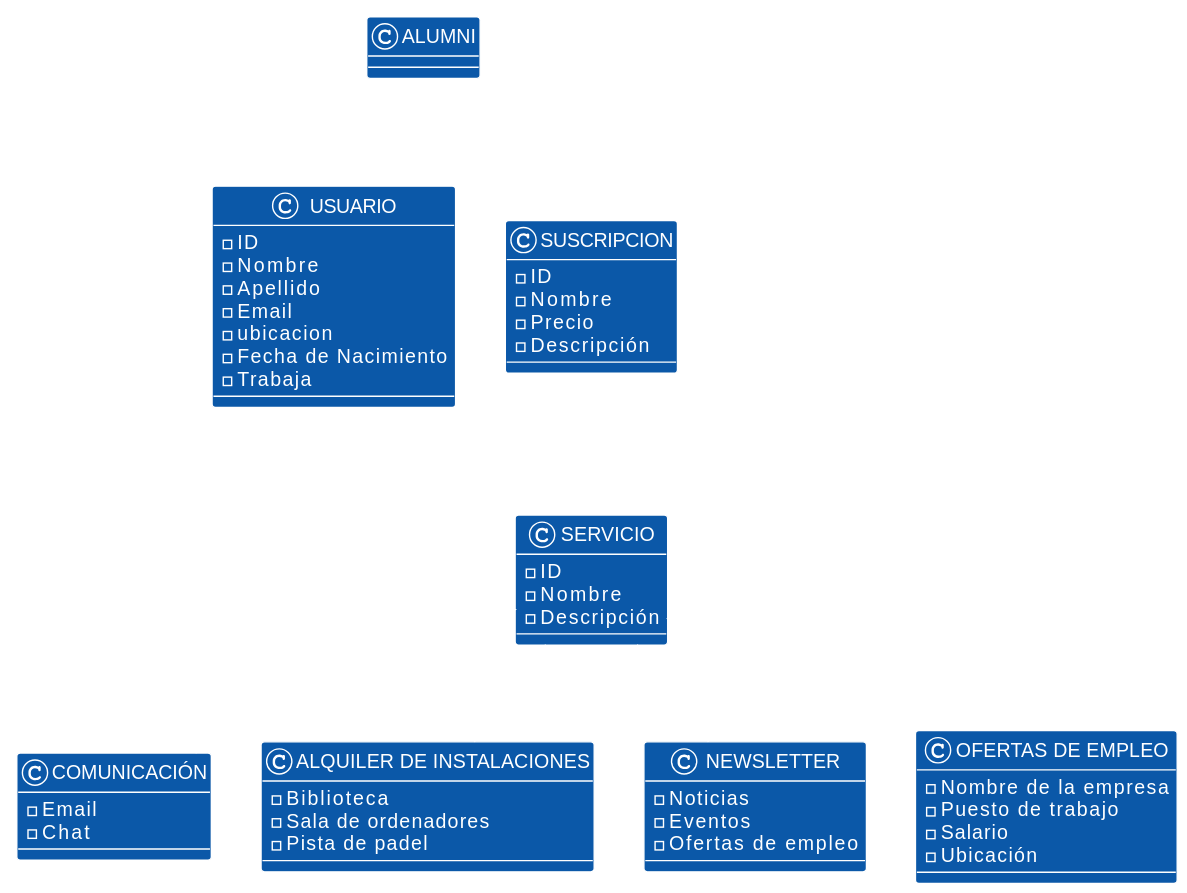
Above: Modelos_de_Dominio/Modelos_Individuales/Segunda_Iteración/Juan_Toca/Modelo_de_Dominio.svg in mmasias/23-24-IdSw1-SDR (PlantUML), before the change. Its diagram source:
```plantuml
@startuml
!theme amiga
skinparam backgroundColor transparent
skinparam defaultFontName Arial

class ALUMNI {}

class USUARIO {
    - ID
    - Nombre
    - Apellido
    - Email
    - ubicacion
    - Fecha de Nacimiento
    - Trabaja
}

class SUSCRIPCION {
    - ID
    - Nombre
    - Precio
    - Descripción
}

class SERVICIO {
    - ID
    - Nombre
    - Descripción
}

class COMUNICACIÓN {
    - Email
    - Chat
}

class "ALQUILER DE INSTALACIONES" {
    - Biblioteca
    - Sala de ordenadores
    - Pista de padel
}

class NEWSLETTER {
    - Noticias
    - Eventos
    - Ofertas de empleo
}

class "OFERTAS DE EMPLEO" {
    - Nombre de la empresa
    - Puesto de trabajo
    - Salario
    - Ubicación
}

ALUMNI -- USUARIO : tiene
ALUMNI -- SUSCRIPCION : ofrece
SUSCRIPCION -- SERVICIO : incluye

SERVICIO <|-- "COMUNICACIÓN"
SERVICIO <|-- "ALQUILER DE INSTALACIONES"
SERVICIO <|-- "NEWSLETTER"
SERVICIO <|-- "OFERTAS DE EMPLEO"
@enduml
```
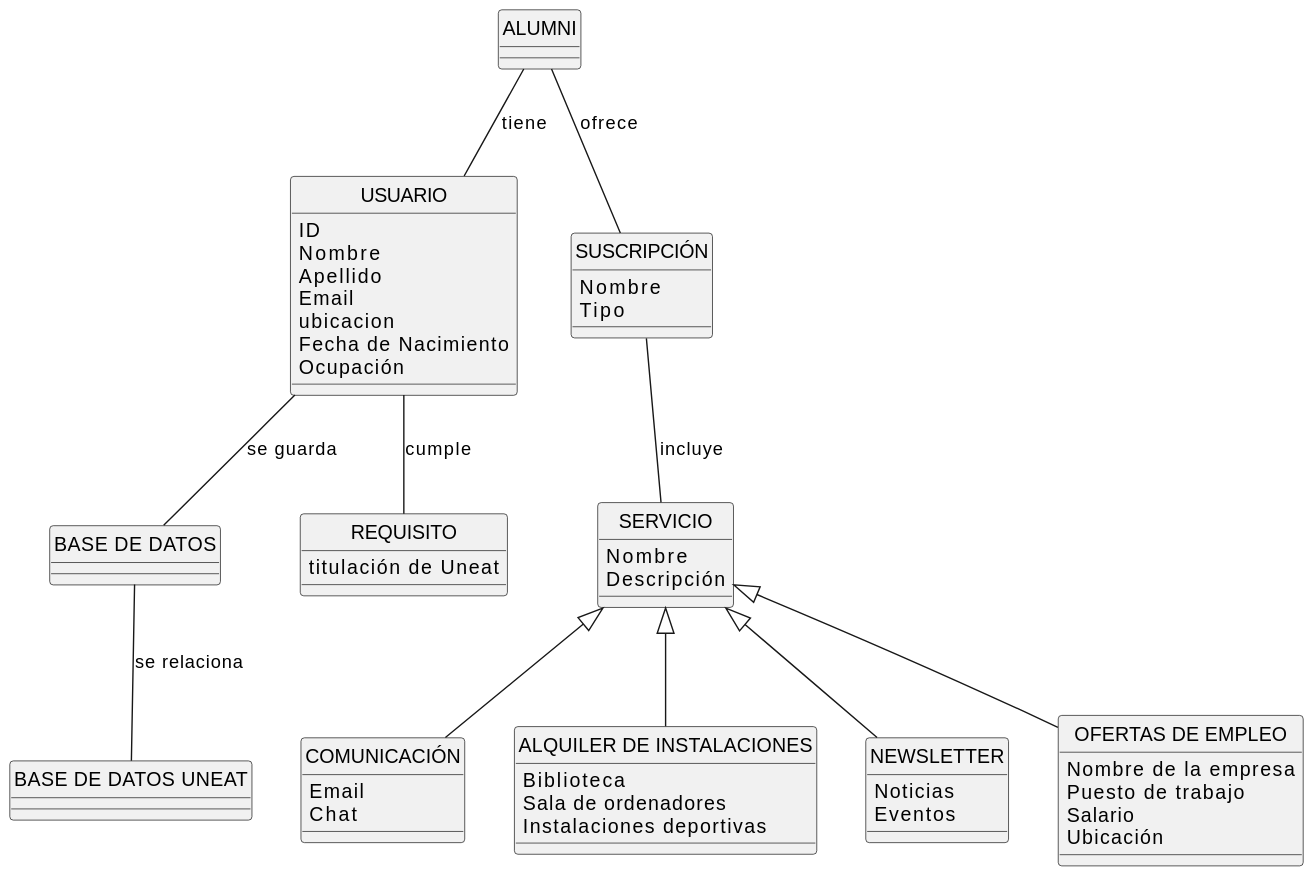
After the commit.

Commit message:
update @JuanTocaB domain model svg

What changed in the source:
```diff
@@ -1,60 +1,75 @@
 @startuml
-!theme amiga
-skinparam backgroundColor transparent
+skinparam backgroundColor white
 skinparam defaultFontName Arial
+hide circle
 
 class ALUMNI {}
 
-class USUARIO {
-    - ID
-    - Nombre
-    - Apellido
-    - Email
-    - ubicacion
-    - Fecha de Nacimiento
-    - Trabaja
+class USUARIO
+{
+    ID
+    Nombre
+    Apellido
+    Email
+    ubicacion
+    Fecha de Nacimiento
+    Ocupación
 }
 
-class SUSCRIPCION {
-    - ID
-    - Nombre
-    - Precio
-    - Descripción
+class "BASE DE DATOS" {}
+
+class "BASE DE DATOS UNEAT" {}
+
+class REQUISITO
+{
+    titulación de Uneat
 }
 
-class SERVICIO {
-    - ID
-    - Nombre
-    - Descripción
+class SUSCRIPCIÓN
+{
+    Nombre
+    Tipo
 }
 
-class COMUNICACIÓN {
-    - Email
-    - Chat
+class SERVICIO
+{
+    Nombre
+    Descripción
 }
 
-class "ALQUILER DE INSTALACIONES" {
-    - Biblioteca
-    - Sala de ordenadores
-    - Pista de padel
+class COMUNICACIÓN
+{
+    Email
+    Chat
 }
 
-class NEWSLETTER {
-    - Noticias
-    - Eventos
-    - Ofertas de empleo
+class "ALQUILER DE INSTALACIONES"
+{
+    Biblioteca
+    Sala de ordenadores
+    Instalaciones deportivas
 }
 
-class "OFERTAS DE EMPLEO" {
-    - Nombre de la empresa
-    - Puesto de trabajo
-    - Salario
-    - Ubicación
+class NEWSLETTER
+{
+    Noticias
+    Eventos
+}
+
+class "OFERTAS DE EMPLEO"
+{
+    Nombre de la empresa
+    Puesto de trabajo
+    Salario
+    Ubicación
 }
 
 ALUMNI -- USUARIO : tiene
-ALUMNI -- SUSCRIPCION : ofrece
-SUSCRIPCION -- SERVICIO : incluye
+ALUMNI -- SUSCRIPCIÓN : ofrece
+SUSCRIPCIÓN -- SERVICIO : incluye
+USUARIO -- REQUISITO : cumple
+USUARIO -- "BASE DE DATOS" : se guarda
+"BASE DE DATOS" -- "BASE DE DATOS UNEAT" : se relaciona
 
 SERVICIO <|-- "COMUNICACIÓN"
 SERVICIO <|-- "ALQUILER DE INSTALACIONES"
```
